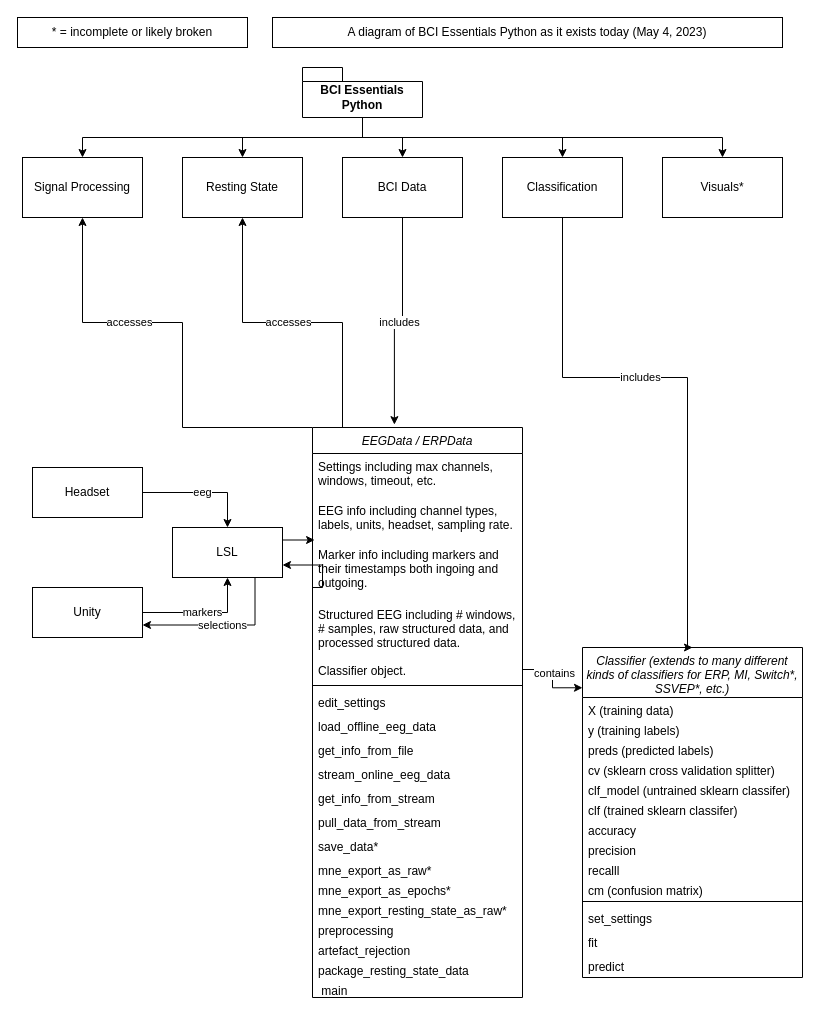
This is docs/bci_essentials_diagram.drawio from kirtonBCIlab/bci-essentials-python, a draw.io file, before an edit. Source tidied: cells renumbered, new cells numbered last; positions are measured from the earlier drawing's top-left corner, leaving out a move shared by most shapes. Both pictures are drawn from the tidied source at 100%, with x=0, y=0 at pixel (17, 17).
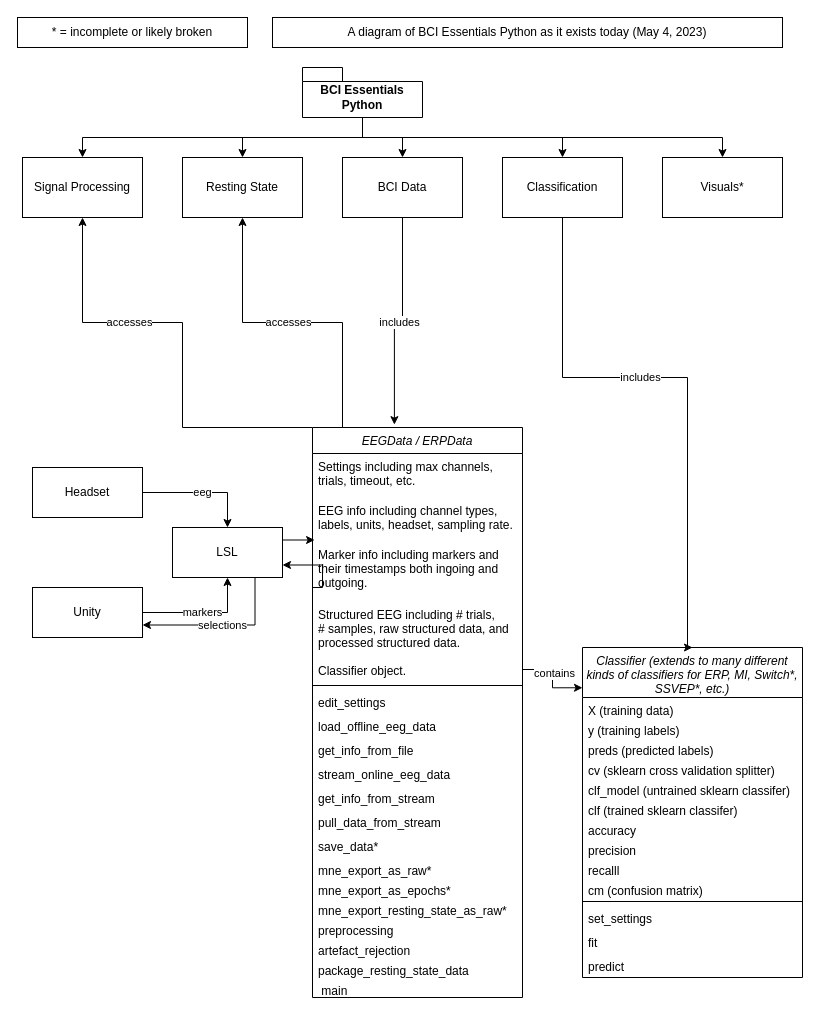
Above is the later version.

The change refers to these unchanged cells:
```xml
<mxCell id="4" value="EEGData / ERPData" style="swimlane;fontStyle=2;align=center;verticalAlign=top;horizontal=1;startSize=26;rounded=0;shadow=0;strokeWidth=1;" parent="1" vertex="1">
  <mxGeometry x="295" y="410" width="210" height="570" as="geometry" />
</mxCell>
```

What changed in the source:
```diff
@@
-    <mxCell id="5" value="Settings including max channels, &#10;windows, timeout, etc." style="text;align=left;verticalAlign=top;spacingLeft=4;spacingRight=4;overflow=hidden;" parent="4" vertex="1">
+    <mxCell id="5" value="Settings including max channels, &#10;trials, timeout, etc." style="text;align=left;verticalAlign=top;spacingLeft=4;spacingRight=4;overflow=hidden;" parent="4" vertex="1">
       <mxGeometry y="26" width="210" height="44" as="geometry" />
     </mxCell>
@@
-    <mxCell id="8" value="Structured EEG including # windows,&#10;# samples, raw structured data, and&#10;processed structured data.&#10;" style="text;align=left;verticalAlign=top;spacingLeft=4;spacingRight=4;overflow=hidden;" parent="4" vertex="1">
+    <mxCell id="8" value="Structured EEG including # trials,&#10;# samples, raw structured data, and&#10;processed structured data.&#10;" style="text;align=left;verticalAlign=top;spacingLeft=4;spacingRight=4;overflow=hidden;" parent="4" vertex="1">
       <mxGeometry y="174" width="210" height="56" as="geometry" />
     </mxCell>
```
